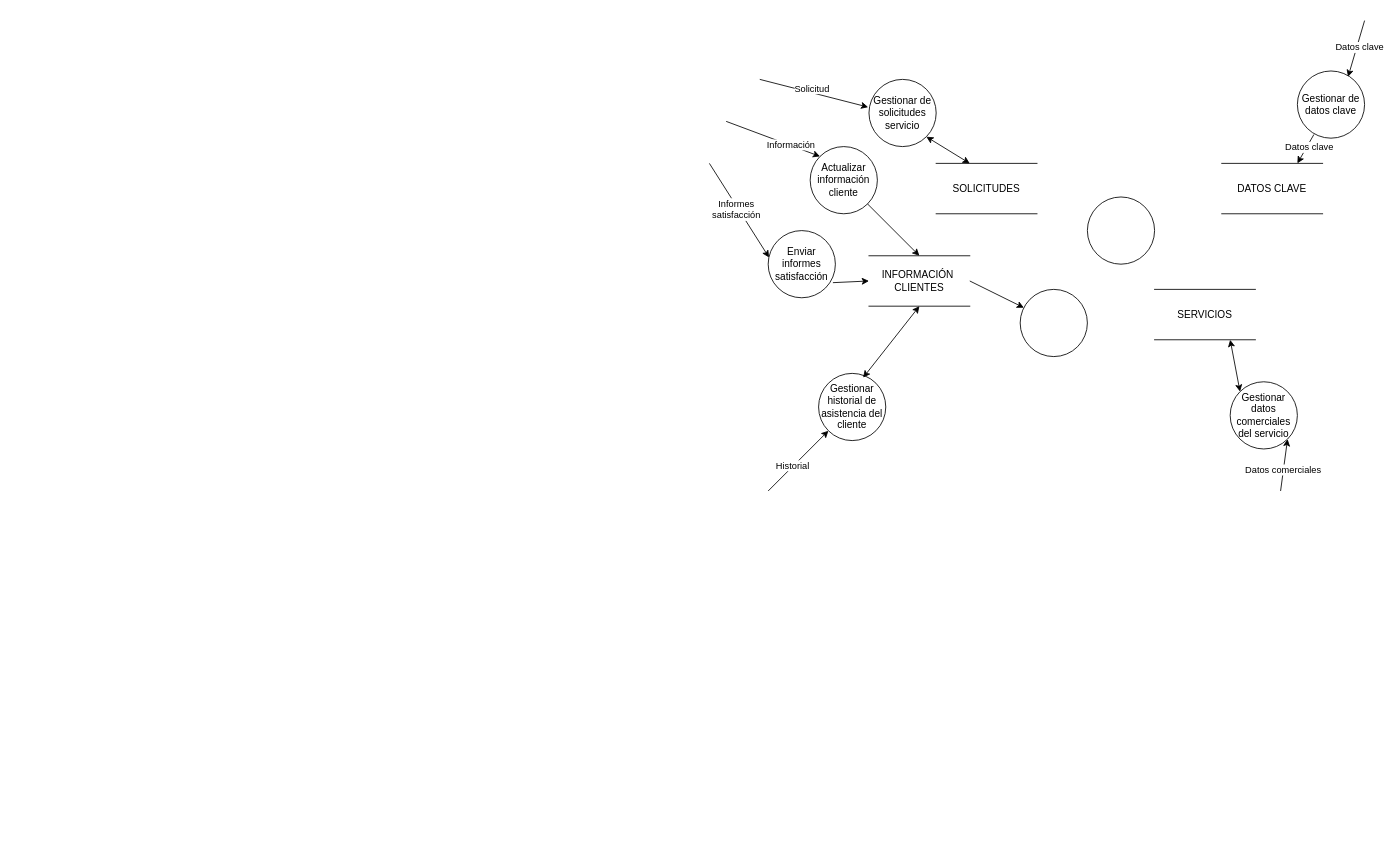
This is IngenieríaDeSoftware/Práctica 2 Actividad 2/DFD Nivel 2.drawio from aloantony/TrabajosEnGrupoGII-DalilaTony, a draw.io file, before an edit. Source tidied: cells renumbered, new cells numbered last; positions are measured from the earlier drawing's top-left corner, leaving out a move shared by most shapes. Both pictures are drawn from the tidied source at 84%, with x=0, y=0 at pixel (709, 20).
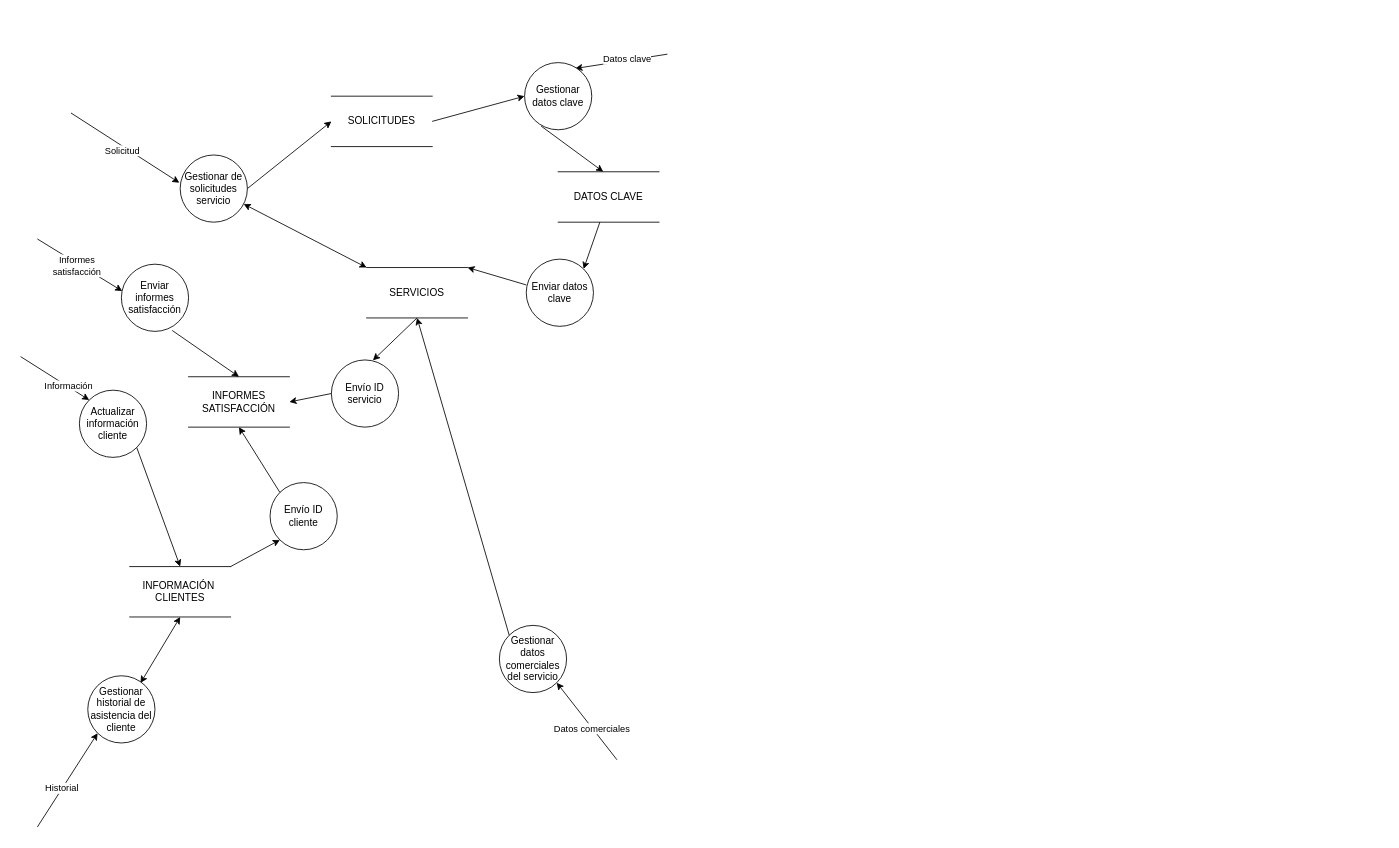
After the change.

Change to the diagram source:
```diff
@@
     <mxCell id="2" value="Actualizar información cliente" style="ellipse;whiteSpace=wrap;html=1;" parent="1" vertex="1">
-      <mxGeometry x="120" y="150" width="80" height="80" as="geometry" />
+      <mxGeometry x="-750" y="440" width="80" height="80" as="geometry" />
     </mxCell>
     <mxCell id="3" value="&lt;div&gt;Gestionar datos comerciales del servicio&lt;br&gt;&lt;/div&gt;" style="ellipse;whiteSpace=wrap;html=1;" parent="1" vertex="1">
-      <mxGeometry x="620" y="430" width="80" height="80" as="geometry" />
+      <mxGeometry x="-250" y="720" width="80" height="80" as="geometry" />
     </mxCell>
     <mxCell id="4" value="Gestionar de solicitudes servicio" style="ellipse;whiteSpace=wrap;html=1;" parent="1" vertex="1">
-      <mxGeometry x="190" y="70" width="80" height="80" as="geometry" />
+      <mxGeometry x="-630" y="160" width="80" height="80" as="geometry" />
     </mxCell>
     <mxCell id="5" value="&lt;div&gt;Enviar informes&lt;/div&gt;&lt;div&gt;satisfacción&lt;br&gt;&lt;/div&gt;" style="ellipse;whiteSpace=wrap;html=1;" parent="1" vertex="1">
-      <mxGeometry x="70" y="250" width="80" height="80" as="geometry" />
+      <mxGeometry x="-700" y="290" width="80" height="80" as="geometry" />
     </mxCell>
     <mxCell id="6" value="DATOS CLAVE" style="shape=partialRectangle;whiteSpace=wrap;html=1;left=0;right=0;fillColor=none;" parent="1" vertex="1">
-      <mxGeometry x="610" y="170" width="120" height="60" as="geometry" />
+      <mxGeometry x="-180" y="180" width="120" height="60" as="geometry" />
     </mxCell>
     <mxCell id="7" value="INFORMACIÓN&amp;nbsp; CLIENTES" style="shape=partialRectangle;whiteSpace=wrap;html=1;left=0;right=0;fillColor=none;" parent="1" vertex="1">
-      <mxGeometry x="190" y="280" width="120" height="60" as="geometry" />
+      <mxGeometry x="-690" y="650" width="120" height="60" as="geometry" />
     </mxCell>
     <mxCell id="8" value="SOLICITUDES" style="shape=partialRectangle;whiteSpace=wrap;html=1;left=0;right=0;fillColor=none;" parent="1" vertex="1">
-      <mxGeometry x="270" y="170" width="120" height="60" as="geometry" />
+      <mxGeometry x="-450" y="90" width="120" height="60" as="geometry" />
     </mxCell>
     <mxCell id="9" style="endArrow=classic;html=1;rounded=0;entryX=0;entryY=0;entryDx=0;entryDy=0;" parent="1" edge="1" target="2">
       <mxGeometry relative="1" as="geometry">
-        <mxPoint x="20" y="120" as="sourcePoint" />
+        <mxPoint x="-820" y="400" as="sourcePoint" />
       </mxGeometry>
     </mxCell>
@@
     <mxCell id="12" style="endArrow=classic;html=1;rounded=0;entryX=-0.012;entryY=0.413;entryDx=0;entryDy=0;entryPerimeter=0;" parent="1" edge="1" target="4">
       <mxGeometry relative="1" as="geometry">
-        <mxPoint x="60" y="70" as="sourcePoint" />
+        <mxPoint x="-760" y="110" as="sourcePoint" />
       </mxGeometry>
     </mxCell>
@@
     <mxCell id="14" value="SERVICIOS" style="shape=partialRectangle;whiteSpace=wrap;html=1;left=0;right=0;fillColor=none;" parent="1" vertex="1">
-      <mxGeometry x="530" y="320" width="120" height="60" as="geometry" />
+      <mxGeometry x="-408" y="294" width="120" height="60" as="geometry" />
     </mxCell>
-    <mxCell id="15" style="endArrow=classic;startArrow=classic;html=1;rounded=0;exitX=0.333;exitY=0;exitDx=0;exitDy=0;exitPerimeter=0;entryX=1;entryY=1;entryDx=0;entryDy=0;" parent="1" edge="1" source="8" target="4">
-      <mxGeometry relative="1" as="geometry" />
-    </mxCell>
-    <mxCell id="16" style="endArrow=classic;html=1;rounded=0;exitX=0.963;exitY=0.775;exitDx=0;exitDy=0;entryX=0;entryY=0.5;entryDx=0;entryDy=0;exitPerimeter=0;" parent="1" edge="1" source="5" target="7">
+    <mxCell id="16" style="endArrow=classic;html=1;rounded=0;exitX=0.756;exitY=0.986;exitDx=0;exitDy=0;exitPerimeter=0;entryX=0.5;entryY=0;entryDx=0;entryDy=0;" parent="1" edge="1" source="5" target="38">
       <mxGeometry relative="1" as="geometry" />
     </mxCell>
     <mxCell id="17" style="endArrow=classic;html=1;rounded=0;entryX=0.013;entryY=0.4;entryDx=0;entryDy=0;entryPerimeter=0;" parent="1" edge="1" target="5">
       <mxGeometry relative="1" as="geometry">
-        <mxPoint y="170" as="sourcePoint" />
+        <mxPoint x="-800" y="260" as="sourcePoint" />
       </mxGeometry>
     </mxCell>
@@
     <mxCell id="19" style="endArrow=classic;html=1;rounded=0;entryX=0.754;entryY=0.088;entryDx=0;entryDy=0;entryPerimeter=0;" parent="1" edge="1" target="21">
       <mxGeometry relative="1" as="geometry">
-        <mxPoint x="780" as="sourcePoint" />
+        <mxPoint x="-50" y="40" as="sourcePoint" />
       </mxGeometry>
     </mxCell>
@@
-    <mxCell id="21" value="Gestionar de datos clave" style="ellipse;whiteSpace=wrap;html=1;" parent="1" vertex="1">
-      <mxGeometry x="700" y="60" width="80" height="80" as="geometry" />
+    <mxCell id="21" value="Gestionar datos clave" style="ellipse;whiteSpace=wrap;html=1;" parent="1" vertex="1">
+      <mxGeometry x="-220" y="50" width="80" height="80" as="geometry" />
     </mxCell>
     <mxCell id="22" value="Gestionar historial de asistencia del cliente" style="ellipse;whiteSpace=wrap;html=1;" parent="1" vertex="1">
-      <mxGeometry x="130" y="420" width="80" height="80" as="geometry" />
+      <mxGeometry x="-740" y="780" width="80" height="80" as="geometry" />
     </mxCell>
-    <mxCell id="23" style="endArrow=classic;startArrow=classic;html=1;rounded=0;entryX=0.5;entryY=1;entryDx=0;entryDy=0;exitX=0.663;exitY=0.063;exitDx=0;exitDy=0;exitPerimeter=0;" parent="1" edge="1" source="22" target="7">
+    <mxCell id="23" style="endArrow=classic;startArrow=classic;html=1;rounded=0;entryX=0.5;entryY=1;entryDx=0;entryDy=0;exitX=0.785;exitY=0.107;exitDx=0;exitDy=0;exitPerimeter=0;" parent="1" edge="1" source="22" target="7">
       <mxGeometry relative="1" as="geometry" />
     </mxCell>
     <mxCell id="24" style="endArrow=classic;html=1;rounded=0;entryX=0;entryY=1;entryDx=0;entryDy=0;" parent="1" edge="1" target="22">
       <mxGeometry relative="1" as="geometry">
-        <mxPoint x="70" y="560" as="sourcePoint" />
+        <mxPoint x="-800" y="960" as="sourcePoint" />
       </mxGeometry>
     </mxCell>
@@
-    <mxCell id="26" style="endArrow=classic;startArrow=classic;html=1;rounded=0;entryX=0.75;entryY=1;entryDx=0;entryDy=0;exitX=0;exitY=0;exitDx=0;exitDy=0;" parent="1" edge="1" source="3" target="14">
-      <mxGeometry relative="1" as="geometry" />
-    </mxCell>
     <mxCell id="27" style="endArrow=classic;html=1;rounded=0;entryX=1;entryY=1;entryDx=0;entryDy=0;" parent="1" edge="1" target="3">
       <mxGeometry relative="1" as="geometry">
-        <mxPoint x="680" y="560" as="sourcePoint" />
+        <mxPoint x="-110" y="880" as="sourcePoint" />
       </mxGeometry>
     </mxCell>
@@
-    <mxCell id="29" style="ellipse;whiteSpace=wrap;html=1;" parent="1" vertex="1">
-      <mxGeometry x="450" y="210" width="80" height="80" as="geometry" />
+    <mxCell id="29" value="Enviar datos clave" style="ellipse;whiteSpace=wrap;html=1;" parent="1" vertex="1">
+      <mxGeometry x="-218" y="284" width="80" height="80" as="geometry" />
     </mxCell>
-    <mxCell id="30" style="ellipse;whiteSpace=wrap;html=1;" parent="1" vertex="1">
-      <mxGeometry x="370" y="320" width="80" height="80" as="geometry" />
-    </mxCell>
-    <mxCell id="31" style="endArrow=classic;html=1;rounded=0;entryX=0.75;entryY=0;entryDx=0;entryDy=0;exitX=0.246;exitY=0.945;exitDx=0;exitDy=0;exitPerimeter=0;" parent="1" edge="1" source="21" target="6">
+    <mxCell id="31" style="endArrow=classic;html=1;rounded=0;entryX=0.447;entryY=-0.001;entryDx=0;entryDy=0;exitX=0.246;exitY=0.945;exitDx=0;exitDy=0;exitPerimeter=0;entryPerimeter=0;" parent="1" edge="1" source="21" target="6">
       <mxGeometry relative="1" as="geometry" />
     </mxCell>
-    <mxCell id="32" value="Datos clave" style="edgeLabel;html=1;align=center;verticalAlign=middle;" parent="31" vertex="1">
-      <mxGeometry x="-0.02" y="-2" relative="1" as="geometry">
-        <mxPoint x="5" y="-1" as="offset" />
-      </mxGeometry>
-    </mxCell>
-    <mxCell id="33" style="endArrow=classic;html=1;rounded=0;entryX=0.055;entryY=0.273;entryDx=0;entryDy=0;exitX=1;exitY=0.5;exitDx=0;exitDy=0;entryPerimeter=0;" parent="1" edge="1" source="7" target="30">
-      <mxGeometry relative="1" as="geometry" />
-    </mxCell>
+    <mxCell id="34" style="endArrow=classic;html=1;rounded=0;entryX=1;entryY=0;entryDx=0;entryDy=0;" parent="1" edge="1" source="6" target="29">
+      <mxGeometry relative="1" as="geometry" />
+    </mxCell>
+    <mxCell id="35" style="endArrow=classic;html=1;rounded=0;entryX=1;entryY=0;entryDx=0;entryDy=0;exitX=0.001;exitY=0.384;exitDx=0;exitDy=0;exitPerimeter=0;" parent="1" edge="1" source="29" target="14">
+      <mxGeometry relative="1" as="geometry" />
+    </mxCell>
+    <mxCell id="36" style="endArrow=classic;html=1;rounded=0;entryX=0;entryY=0.5;entryDx=0;entryDy=0;exitX=1;exitY=0.5;exitDx=0;exitDy=0;" parent="1" edge="1" source="8" target="21">
+      <mxGeometry relative="1" as="geometry" />
+    </mxCell>
+    <mxCell id="37" style="endArrow=classic;html=1;rounded=0;entryX=0;entryY=0.5;entryDx=0;entryDy=0;exitX=1;exitY=0.5;exitDx=0;exitDy=0;" parent="1" edge="1" source="4" target="8">
+      <mxGeometry relative="1" as="geometry" />
+    </mxCell>
+    <mxCell id="38" value="INFORMES SATISFACCIÓN" style="shape=partialRectangle;whiteSpace=wrap;html=1;left=0;right=0;fillColor=none;" parent="1" vertex="1">
+      <mxGeometry x="-620" y="424" width="120" height="60" as="geometry" />
+    </mxCell>
+    <mxCell id="39" value="Envío ID cliente" style="ellipse;whiteSpace=wrap;html=1;" parent="1" vertex="1">
+      <mxGeometry x="-523" y="550" width="80" height="80" as="geometry" />
+    </mxCell>
+    <mxCell id="40" style="endArrow=classic;html=1;rounded=0;exitX=1;exitY=0;exitDx=0;exitDy=0;entryX=0;entryY=1;entryDx=0;entryDy=0;" parent="1" edge="1" source="7" target="39">
+      <mxGeometry relative="1" as="geometry" />
+    </mxCell>
+    <mxCell id="41" value="Envío ID servicio" style="ellipse;whiteSpace=wrap;html=1;rotation=0;" parent="1" vertex="1">
+      <mxGeometry x="-450" y="404" width="80" height="80" as="geometry" />
+    </mxCell>
+    <mxCell id="42" style="endArrow=classic;html=1;rounded=0;exitX=0.5;exitY=1;exitDx=0;exitDy=0;entryX=0.618;entryY=0.006;entryDx=0;entryDy=0;entryPerimeter=0;" parent="1" edge="1" source="14" target="41">
+      <mxGeometry relative="1" as="geometry" />
+    </mxCell>
+    <mxCell id="43" style="endArrow=classic;html=1;rounded=0;exitX=0;exitY=0.5;exitDx=0;exitDy=0;entryX=1;entryY=0.5;entryDx=0;entryDy=0;" parent="1" edge="1" source="41" target="38">
+      <mxGeometry relative="1" as="geometry" />
+    </mxCell>
+    <mxCell id="44" style="endArrow=classic;html=1;rounded=0;exitX=0;exitY=0;exitDx=0;exitDy=0;entryX=0.5;entryY=1;entryDx=0;entryDy=0;" parent="1" edge="1" source="39" target="38">
+      <mxGeometry relative="1" as="geometry" />
+    </mxCell>
+    <mxCell id="26" style="endArrow=classic;html=1;rounded=0;exitX=0;exitY=0;exitDx=0;exitDy=0;entryX=0.5;entryY=1;entryDx=0;entryDy=0;" parent="1" edge="1" source="3" target="14">
+      <mxGeometry relative="1" as="geometry" />
+    </mxCell>
+    <mxCell id="45" style="endArrow=classic;startArrow=classic;html=1;rounded=0;entryX=0;entryY=0;entryDx=0;entryDy=0;" parent="1" edge="1" source="4" target="14">
+      <mxGeometry relative="1" as="geometry" />
+    </mxCell>
```
